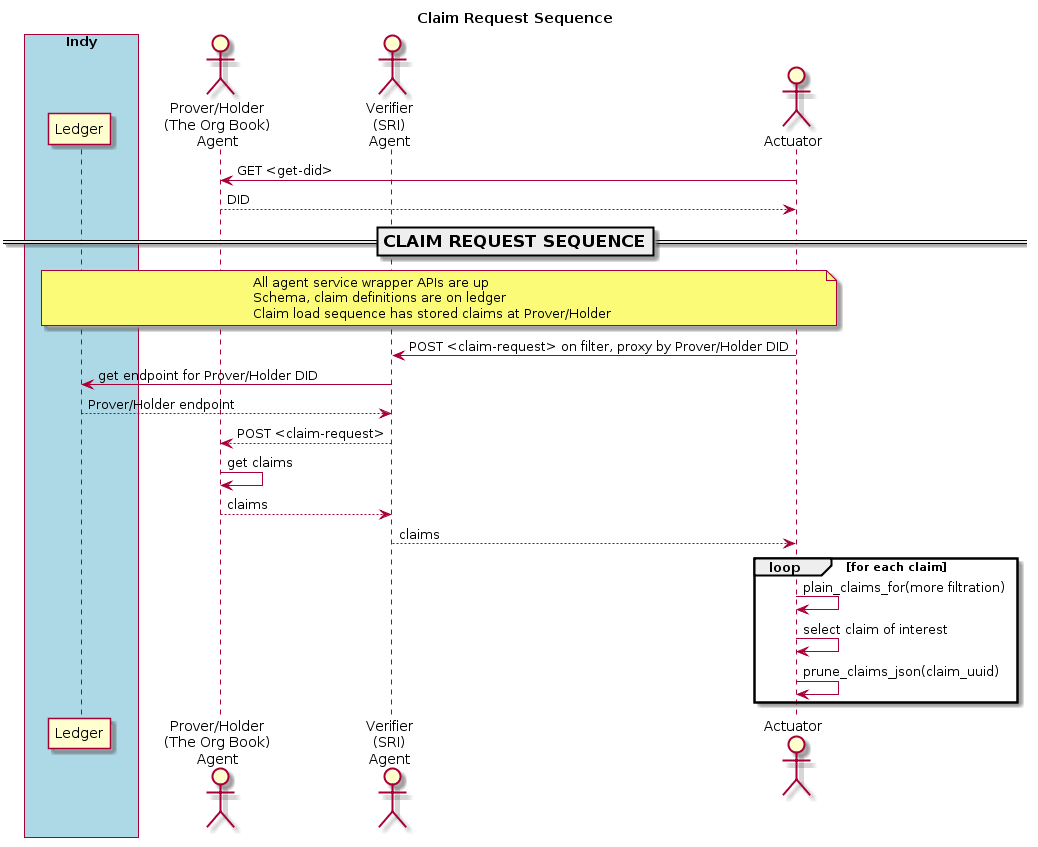
This is doc/pic/claim-request.png from PSPC-SPAC-buyandsell/demo-agent, a PlantUML export, as it was before one commit. Its diagram source:
```plantuml
@startuml
skinparam ParticipantPadding 20
skinparam BoxPadding 20

title Claim Request Sequence

box "Indy" #LightBlue
    participant "Ledger" as ledger
endbox

actor "Prover/Holder\n(The Org Book)\nAgent" as obag
actor "Verifier\n(SRI)\nAgent" as sag
actor "Actuator" as ator

ator -> obag: GET <get-did>
obag --> ator: DID

=== CLAIM REQUEST SEQUENCE ==
note over ledger, ator
All agent service wrapper APIs are up
Schema, claim definitions are on ledger
Claim load sequence has stored claims at Prover/Holder
endnote

ator -> sag: POST <claim-request> on filter, proxy by Prover/Holder DID
sag -> ledger: get endpoint for Prover/Holder DID
ledger --> sag: Prover/Holder endpoint
sag --> obag: POST <claim-request>
obag -> obag: get claims
obag --> sag: claims
sag --> ator:  claims

loop for each claim
    ator -> ator: plain_claims_for(more filtration)
    ator -> ator: select claim of interest
    ator -> ator: prune_claims_json(claim_uuid)
end
@enduml
```
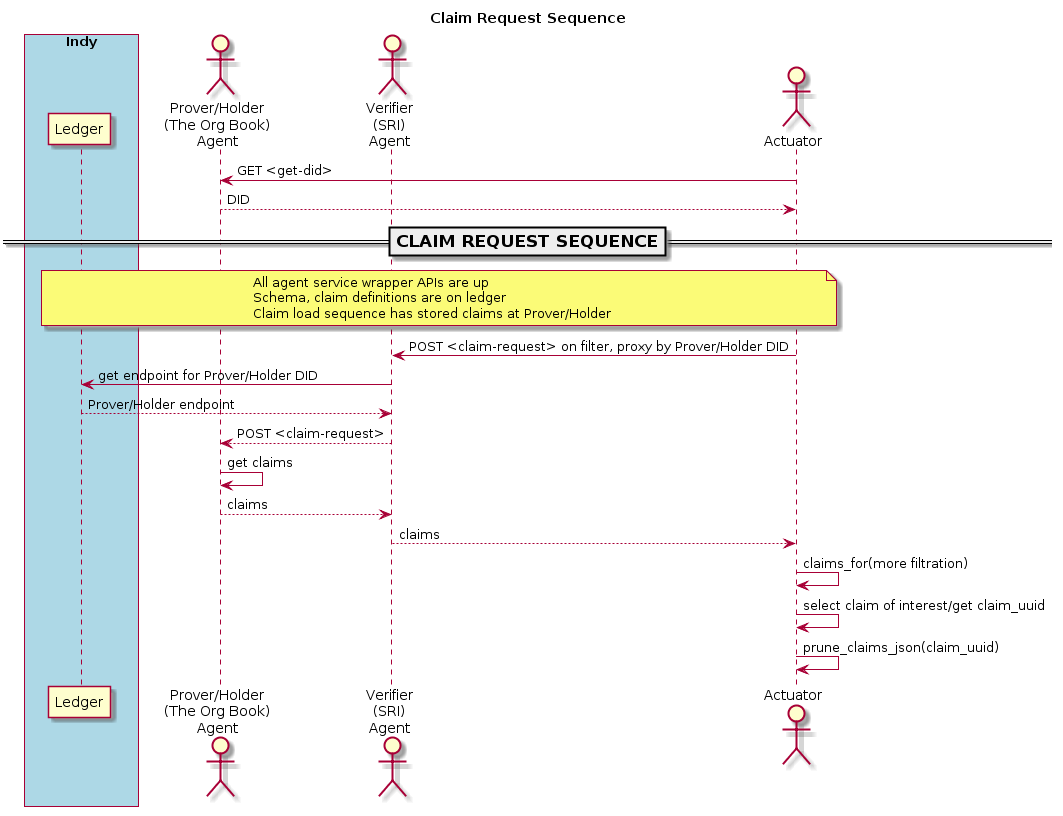
After the commit.

Change to the diagram source:
```diff
@@ -1,4 +1,5 @@
 @startuml
+
 skinparam ParticipantPadding 20
 skinparam BoxPadding 20
 
@@ -30,9 +31,7 @@
 obag --> sag: claims
 sag --> ator:  claims
 
-loop for each claim
-    ator -> ator: plain_claims_for(more filtration)
-    ator -> ator: select claim of interest
-    ator -> ator: prune_claims_json(claim_uuid)
-end
+ator -> ator: claims_for(more filtration)
+ator -> ator: select claim of interest/get claim_uuid
+ator -> ator: prune_claims_json(claim_uuid)
 @enduml
```
